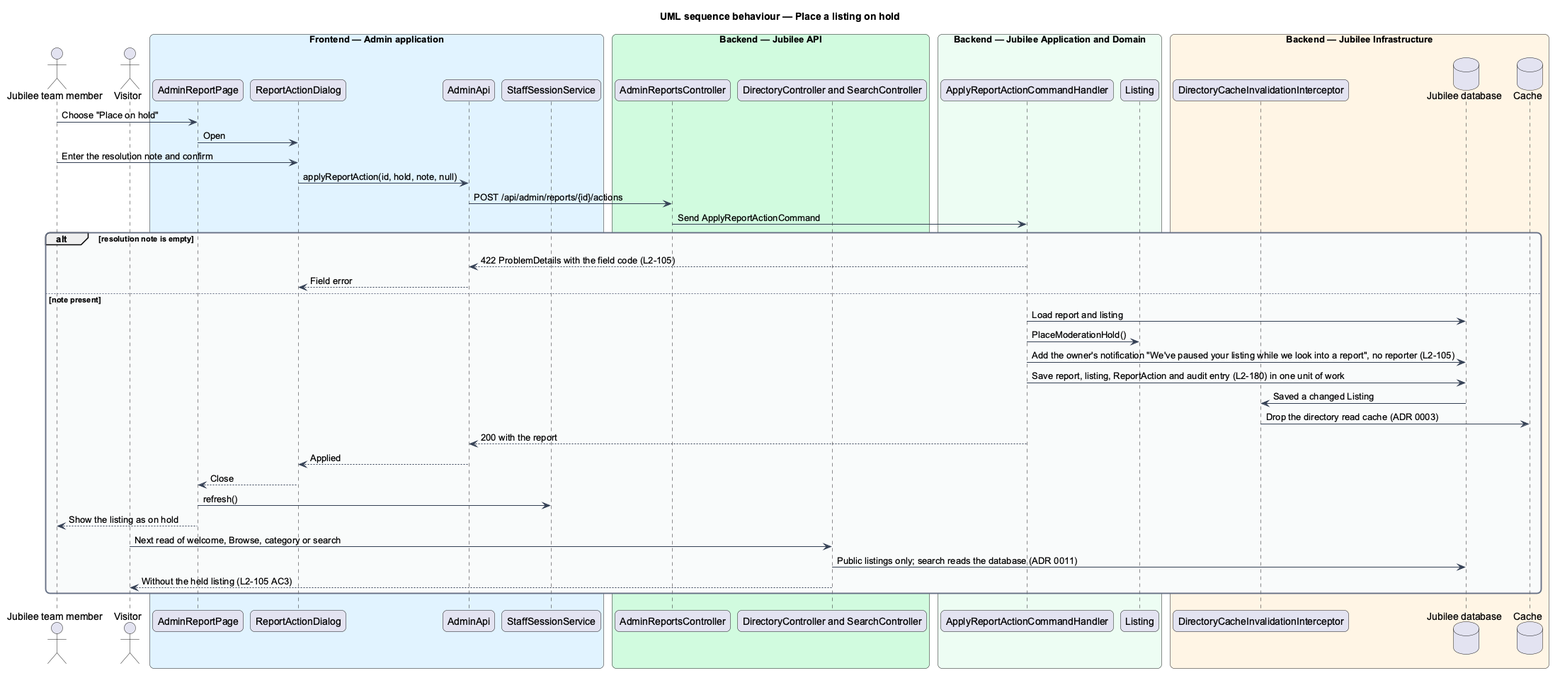
The PlantUML diagram docs/detailed-designs/moderation/handle-reports/diagrams/sequence-place-listing-on-hold.png in QuinntyneBrown/jubilee, before a commit. The source it was exported from:
```plantuml
@startuml
title UML sequence behaviour — Place a listing on hold
skinparam backgroundColor #FFFFFF
skinparam shadowing false
skinparam roundcorner 12
skinparam defaultFontName Arial
skinparam ArrowColor #344054
skinparam rectangle {
  BorderColor #344054
  FontColor #101828
}
skinparam package {
  BorderColor #667085
  FontColor #101828
  BackgroundColor #F9FAFB
}
actor "Jubilee team member" as actor
actor "Visitor" as visitor
box "Frontend — Admin application" #E0F2FE
  participant "AdminReportPage" as page
  participant "ReportActionDialog" as dialog
  participant "AdminApi" as client
  participant "StaffSessionService" as session
end box
box "Backend — Jubilee API" #D1FADF
  participant "AdminReportsController" as controller
  participant "DirectoryController and SearchController" as directory
end box
box "Backend — Jubilee Application and Domain" #ECFDF3
  participant "ApplyReportActionCommandHandler" as handler
  participant "Listing" as listing
end box
box "Backend — Jubilee Infrastructure" #FFF4E5
  participant "DirectoryCacheInvalidationInterceptor" as icpt
  database "Jubilee database" as db
  database "Cache" as cache
end box
actor -> page : Choose "Place on hold"
page -> dialog : Open
actor -> dialog : Enter the resolution note and confirm
dialog -> client : applyReportAction(id, hold, note, null)
client -> controller : POST /api/admin/reports/{id}/actions
controller -> handler : Send ApplyReportActionCommand
alt resolution note is empty
  handler --> client : 422 ProblemDetails with the field code (L2-105)
  client --> dialog : Field error
else note present
  handler -> db : Load report and listing
  handler -> listing : PlaceModerationHold()
  handler -> db : Add the owner's notification "We've paused your listing while we look into a report", no reporter (L2-105)
  handler -> db : Save report, listing, ReportAction and audit entry (L2-180) in one unit of work
  db -> icpt : Saved a changed Listing
  icpt -> cache : Drop the directory read cache (ADR 0003)
  handler --> client : 200 with the report
  client --> dialog : Applied
  dialog --> page : Close
  page -> session : refresh()
  page --> actor : Show the listing as on hold
  visitor -> directory : Next read of welcome, Browse, category or search
  directory -> db : Public listings only; search reads the database (ADR 0011)
  directory --> visitor : Without the held listing (L2-105 AC3)
end
@enduml
```
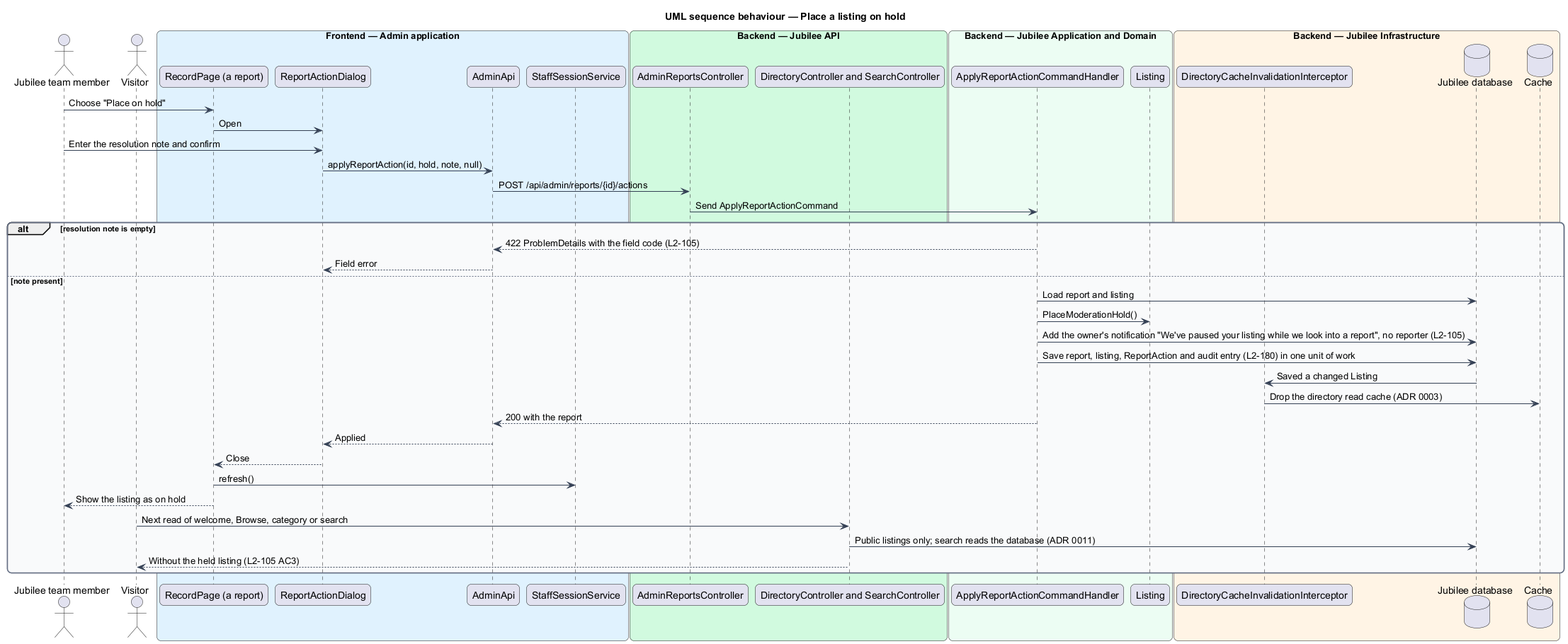
Above is the later version.

What changed in the source:
```diff
@@ -17,7 +17,7 @@
 actor "Jubilee team member" as actor
 actor "Visitor" as visitor
 box "Frontend — Admin application" #E0F2FE
-  participant "AdminReportPage" as page
+  participant "RecordPage (a report)" as page
   participant "ReportActionDialog" as dialog
   participant "AdminApi" as client
   participant "StaffSessionService" as session
```
